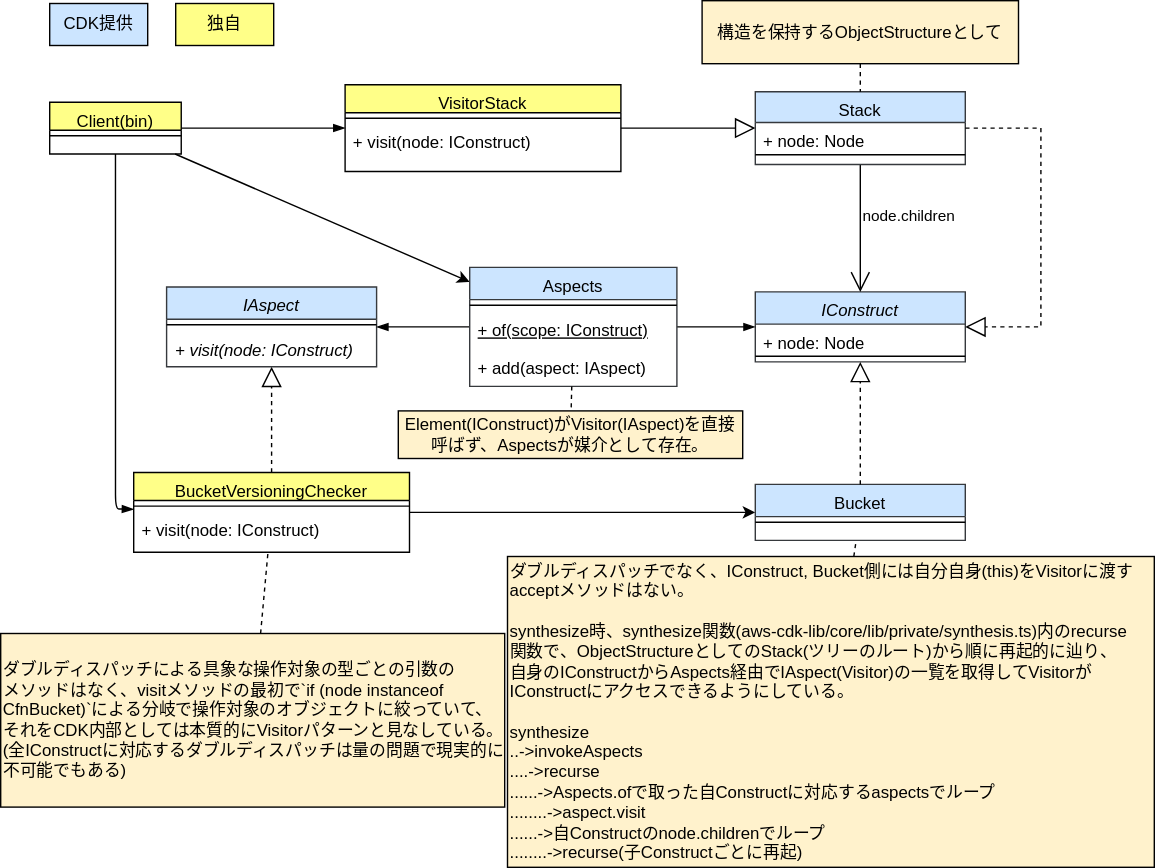
This is ja/drawio/visitor/visitor-cdk-simplified.drawio.svg from go-to-k/cdk-gof-design-pattern, a draw.io export, as it was before one commit. Source tidied: cells renumbered, new cells last; positions are measured from the earlier drawing's top-left corner, leaving out a move shared by most shapes.
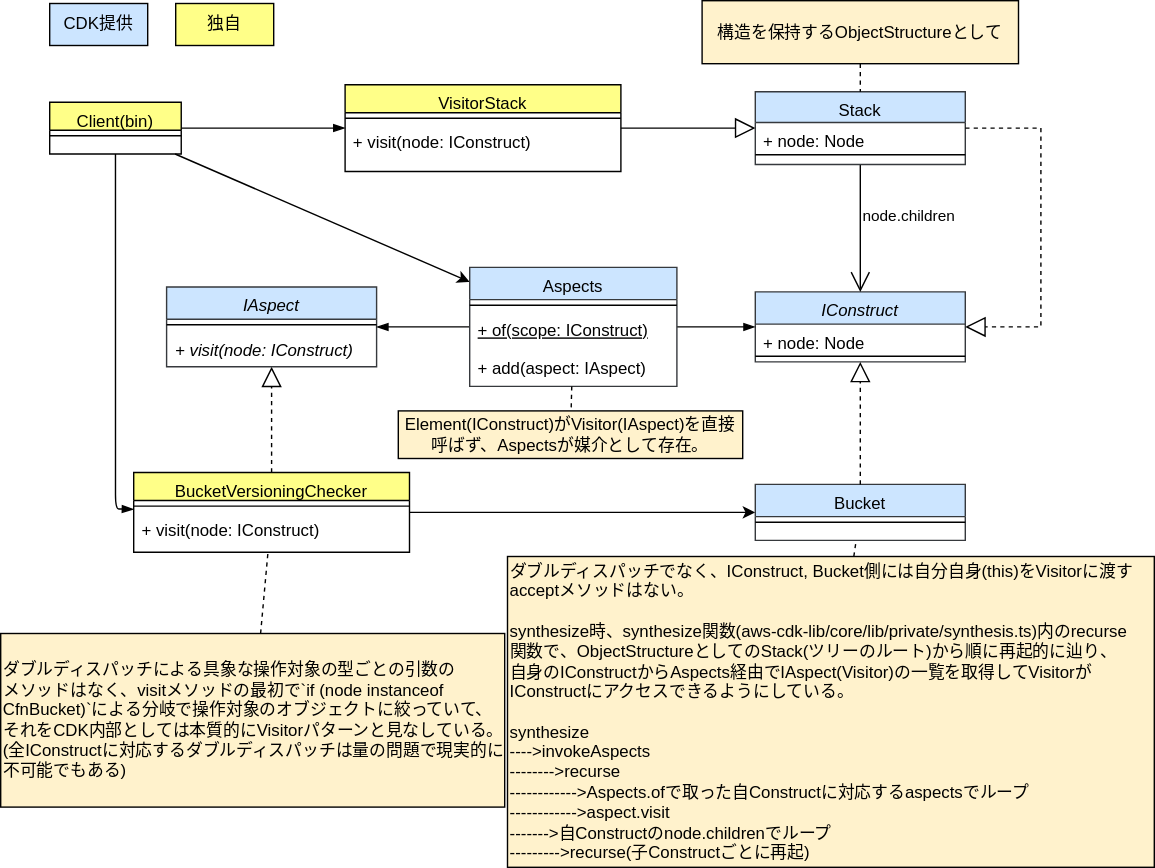
The same file after the commit.

Commit message:
update: diagrams comments for visitor pattern again

The edit, as a diff of the source:
```diff
@@ -59,7 +59,7 @@
     <mxCell id="20" style="edgeStyle=none;html=1;dashed=1;strokeColor=#000000;endArrow=none;endFill=0;" parent="1" edge="1" source="21" target="12">
       <mxGeometry relative="1" as="geometry" />
     </mxCell>
-    <mxCell id="21" value="&lt;div&gt;ダブルディスパッチでなく、IConstruct, Bucket側には自分自身(this)をVisitorに渡すacceptメソッドはない。&lt;/div&gt;&lt;div&gt;&lt;/div&gt;&lt;span style=&quot;text-align: center;&quot;&gt;&lt;br&gt;synthesize時、synthesize関数(aws-cdk-lib/core/lib/private/synthesis.ts)内のrecurse&lt;br&gt;関数で、ObjectStructureとしてのStack(ツリーのルート)から順に再起的に辿り、&lt;br&gt;自身のIConstructからAspects経由でIAspect(Visitor)の一覧を取得してVisitorがIConstructにアクセスできるようにしている。&lt;br&gt;&lt;br&gt;&lt;/span&gt;&lt;div&gt;synthesize&lt;/div&gt;&lt;div&gt;..-&amp;gt;invokeAspects&lt;/div&gt;&lt;div&gt;....-&amp;gt;recurse&lt;/div&gt;&lt;div&gt;......-&amp;gt;Aspects.ofで取った自Constructに対応するaspectsでループ&lt;/div&gt;&lt;div&gt;........-&amp;gt;aspect.visit&lt;/div&gt;&lt;div&gt;......-&amp;gt;自Constructのnode.childrenでループ&lt;/div&gt;&lt;div&gt;........-&amp;gt;recurse(子Constructごとに再起)&lt;/div&gt;" style="text;html=1;strokeColor=#000000;fillColor=#fff2cc;align=left;verticalAlign=middle;whiteSpace=wrap;rounded=0;fontColor=#000000;" parent="1" vertex="1">
+    <mxCell id="21" value="&lt;div&gt;ダブルディスパッチでなく、IConstruct, Bucket側には自分自身(this)をVisitorに渡すacceptメソッドはない。&lt;/div&gt;&lt;div&gt;&lt;/div&gt;&lt;span style=&quot;text-align: center;&quot;&gt;&lt;br&gt;synthesize時、synthesize関数(aws-cdk-lib/core/lib/private/synthesis.ts)内のrecurse&lt;br&gt;関数で、ObjectStructureとしてのStack(ツリーのルート)から順に再起的に辿り、&lt;br&gt;自身のIConstructからAspects経由でIAspect(Visitor)の一覧を取得してVisitorがIConstructにアクセスできるようにしている。&lt;br&gt;&lt;br&gt;&lt;/span&gt;&lt;div&gt;synthesize&lt;/div&gt;&lt;div&gt;----&amp;gt;invokeAspects&lt;/div&gt;&lt;div&gt;--------&amp;gt;recurse&lt;/div&gt;&lt;div&gt;------------&amp;gt;Aspects.ofで取った自Constructに対応するaspectsでループ&lt;/div&gt;&lt;div&gt;------------&amp;gt;aspect.visit&lt;/div&gt;&lt;div&gt;-------&amp;gt;自Constructのnode.childrenでループ&lt;/div&gt;&lt;div&gt;---------&amp;gt;recurse(子Constructごとに再起)&lt;/div&gt;" style="text;html=1;strokeColor=#000000;fillColor=#fff2cc;align=left;verticalAlign=middle;whiteSpace=wrap;rounded=0;fontColor=#000000;" parent="1" vertex="1">
       <mxGeometry x="362" y="397" width="462" height="222" as="geometry" />
     </mxCell>
     <mxCell id="22" value="node.children" style="endArrow=open;html=1;endSize=12;startArrow=none;startSize=14;startFill=0;edgeStyle=orthogonalEdgeStyle;align=left;verticalAlign=bottom;rounded=0;fontColor=#000000;strokeColor=#000000;labelBackgroundColor=none;" parent="1" edge="1" source="23" target="14">
```
